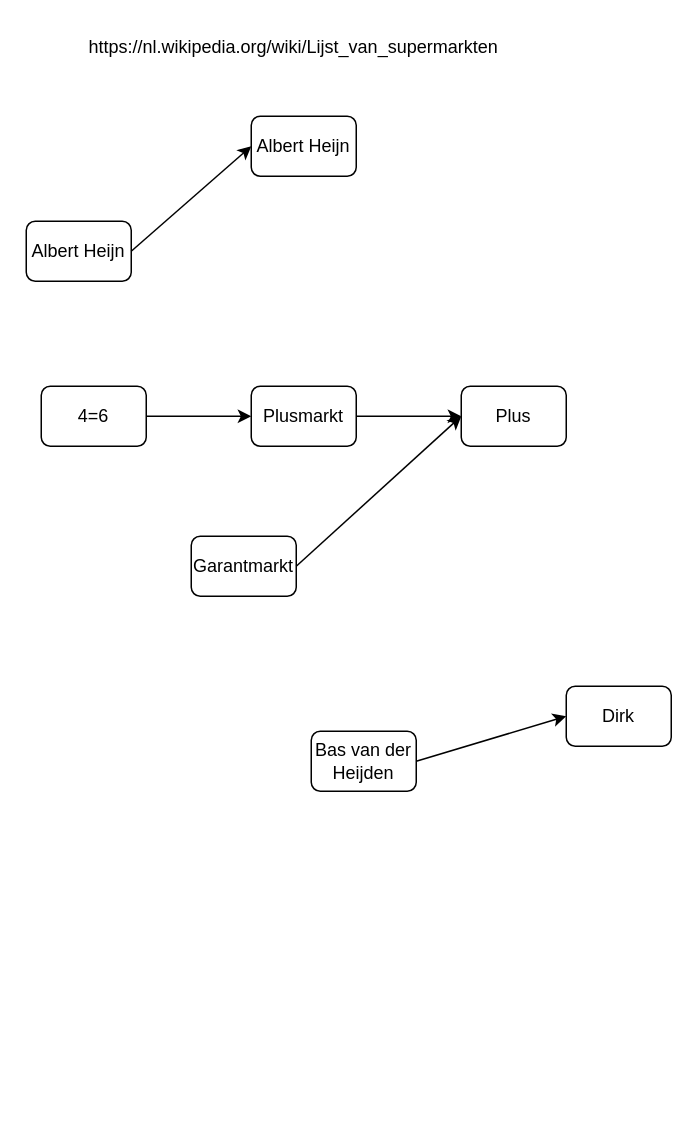
This is Supermarkten.drawio from sailorarie/mijnlieff-ict.nl, a draw.io file, before an edit. Source tidied: cells renumbered, new cells numbered last; positions are measured from the earlier drawing's top-left corner, leaving out a move shared by most shapes. Both pictures are drawn from the tidied source at 150%, with x=0, y=0 at pixel (26, 26).
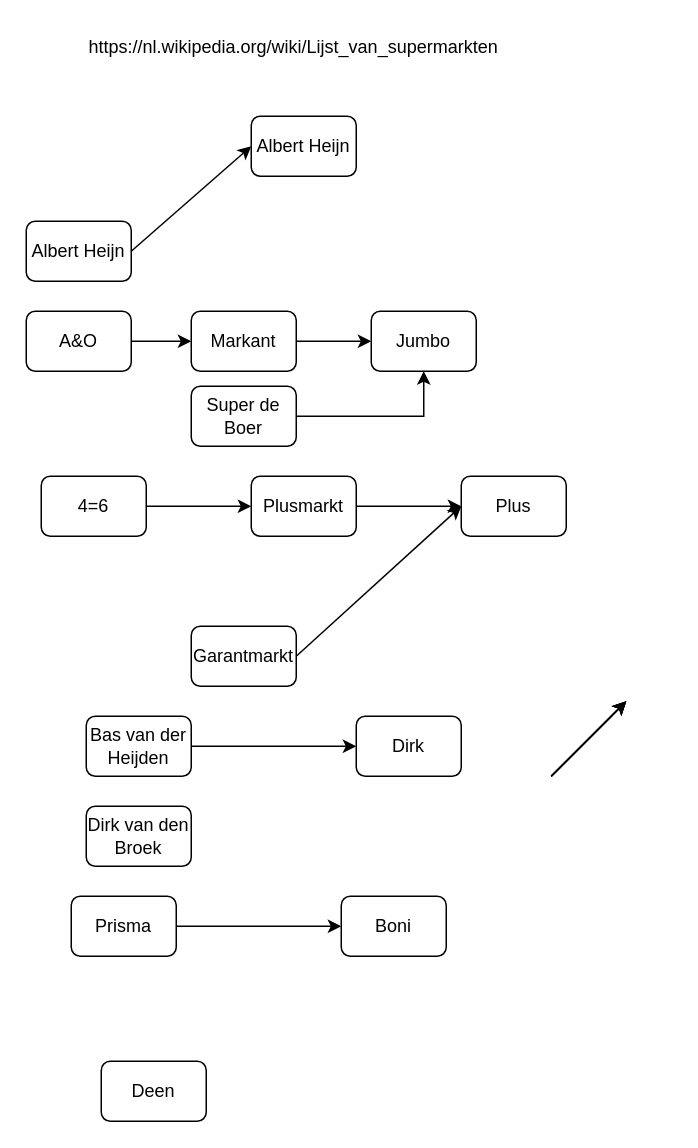
Above is the later version.

The edit, as a diff of the source:
```diff
@@
     <mxCell id="5" value="4=6" style="rounded=1;whiteSpace=wrap;html=1;" parent="1" vertex="1">
-      <mxGeometry x="10" y="240" width="70" height="40" as="geometry" />
+      <mxGeometry x="10" y="300" width="70" height="40" as="geometry" />
     </mxCell>
     <mxCell id="6" value="Plusmarkt" style="rounded=1;whiteSpace=wrap;html=1;" parent="1" vertex="1">
-      <mxGeometry x="150" y="240" width="70" height="40" as="geometry" />
+      <mxGeometry x="150" y="300" width="70" height="40" as="geometry" />
     </mxCell>
     <mxCell id="7" value="Plus" style="rounded=1;whiteSpace=wrap;html=1;" parent="1" vertex="1">
-      <mxGeometry x="290" y="240" width="70" height="40" as="geometry" />
+      <mxGeometry x="290" y="300" width="70" height="40" as="geometry" />
     </mxCell>
@@
     <mxCell id="10" value="Dirk" style="rounded=1;whiteSpace=wrap;html=1;" parent="1" vertex="1">
-      <mxGeometry x="360" y="440" width="70" height="40" as="geometry" />
+      <mxGeometry x="220" y="460" width="70" height="40" as="geometry" />
     </mxCell>
     <mxCell id="11" value="Bas van der Heijden" style="rounded=1;whiteSpace=wrap;html=1;" parent="1" vertex="1">
-      <mxGeometry x="190" y="470" width="70" height="40" as="geometry" />
+      <mxGeometry x="40" y="460" width="70" height="40" as="geometry" />
     </mxCell>
@@
     <mxCell id="13" value="Garantmarkt" style="rounded=1;whiteSpace=wrap;html=1;" parent="1" vertex="1">
-      <mxGeometry x="110" y="340" width="70" height="40" as="geometry" />
+      <mxGeometry x="110" y="400" width="70" height="40" as="geometry" />
     </mxCell>
@@
+    <mxCell id="16" value="Boni" style="rounded=1;whiteSpace=wrap;html=1;" parent="1" vertex="1">
+      <mxGeometry x="210" y="580" width="70" height="40" as="geometry" />
+    </mxCell>
+    <mxCell id="17" value="Prisma" style="rounded=1;whiteSpace=wrap;html=1;" parent="1" vertex="1">
+      <mxGeometry x="30" y="580" width="70" height="40" as="geometry" />
+    </mxCell>
+    <mxCell id="18" value="Deen" style="rounded=1;whiteSpace=wrap;html=1;" parent="1" vertex="1">
+      <mxGeometry x="50" y="690" width="70" height="40" as="geometry" />
+    </mxCell>
+    <mxCell id="19" style="endArrow=classic;html=1;exitX=1;exitY=0.5;exitDx=0;exitDy=0;entryX=0;entryY=0.5;entryDx=0;entryDy=0;" parent="1" edge="1" source="17" target="16">
+      <mxGeometry relative="1" as="geometry" />
+    </mxCell>
+    <mxCell id="20" value="Dirk van den Broek" style="rounded=1;whiteSpace=wrap;html=1;" parent="1" vertex="1">
+      <mxGeometry x="40" y="520" width="70" height="40" as="geometry" />
+    </mxCell>
+    <mxCell id="21" style="edgeStyle=orthogonalEdgeStyle;rounded=0;jettySize=auto;html=1;exitX=1;exitY=0.5;exitDx=0;exitDy=0;" parent="1" edge="1" source="22" target="27">
+      <mxGeometry relative="1" as="geometry" />
+    </mxCell>
+    <mxCell id="22" value="Super de Boer" style="rounded=1;whiteSpace=wrap;html=1;" parent="1" vertex="1">
+      <mxGeometry x="110" y="240" width="70" height="40" as="geometry" />
+    </mxCell>
+    <mxCell id="23" style="edgeStyle=orthogonalEdgeStyle;rounded=0;jettySize=auto;html=1;" parent="1" edge="1" source="24" target="26">
+      <mxGeometry relative="1" as="geometry" />
+    </mxCell>
+    <mxCell id="24" value="A&amp;amp;O" style="rounded=1;whiteSpace=wrap;html=1;" parent="1" vertex="1">
+      <mxGeometry y="190" width="70" height="40" as="geometry" />
+    </mxCell>
+    <mxCell id="25" style="edgeStyle=orthogonalEdgeStyle;rounded=0;jettySize=auto;html=1;" parent="1" edge="1" source="26" target="27">
+      <mxGeometry relative="1" as="geometry" />
+    </mxCell>
+    <mxCell id="26" value="Markant" style="rounded=1;whiteSpace=wrap;html=1;" parent="1" vertex="1">
+      <mxGeometry x="110" y="190" width="70" height="40" as="geometry" />
+    </mxCell>
+    <mxCell id="27" value="Jumbo" style="rounded=1;whiteSpace=wrap;html=1;" parent="1" vertex="1">
+      <mxGeometry x="230" y="190" width="70" height="40" as="geometry" />
+    </mxCell>
+    <mxCell id="28" style="endArrow=classic;html=1;" parent="1" edge="1">
+      <mxGeometry relative="1" as="geometry">
+        <mxPoint x="350" y="500" as="sourcePoint" />
+        <mxPoint x="400" y="450" as="targetPoint" />
+      </mxGeometry>
+    </mxCell>
+    <mxCell id="29" style="endArrow=classic;html=1;" parent="1" edge="1">
+      <mxGeometry relative="1" as="geometry">
+        <mxPoint x="350" y="500" as="sourcePoint" />
+        <mxPoint x="400" y="450" as="targetPoint" />
+      </mxGeometry>
+    </mxCell>
+    <mxCell id="30" style="endArrow=classic;html=1;" parent="1" edge="1">
+      <mxGeometry relative="1" as="geometry">
+        <mxPoint x="350" y="500" as="sourcePoint" />
+        <mxPoint x="400" y="450" as="targetPoint" />
+      </mxGeometry>
+    </mxCell>
+    <mxCell id="31" style="endArrow=classic;html=1;" parent="1" edge="1">
+      <mxGeometry relative="1" as="geometry">
+        <mxPoint x="350" y="500" as="sourcePoint" />
+        <mxPoint x="400" y="450" as="targetPoint" />
+      </mxGeometry>
+    </mxCell>
```
